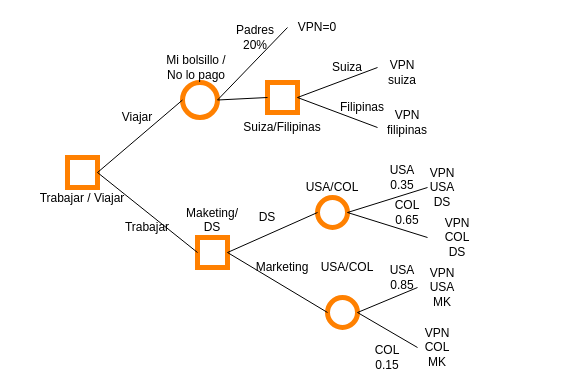
jamendez859/Computer-and-Systems-Engineering keeps this draw.io diagram as Untitled Diagram.drawio. Above is the earlier version. Source tidied: cells renumbered, new cells numbered last; positions are measured from the earlier drawing's top-left corner, leaving out a move shared by most shapes. Both pictures are drawn from the tidied source at 100%, with x=0, y=0 at pixel (17, 17).
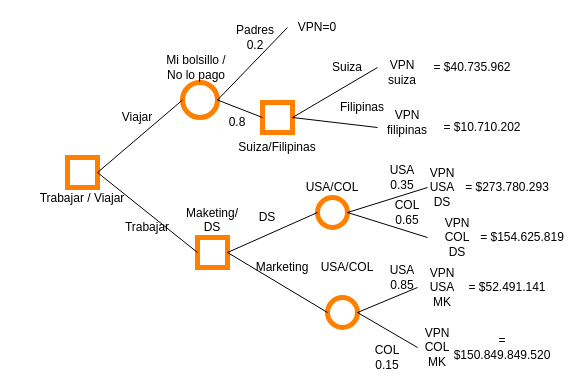
The same page after the edit.

What changed in the source:
```diff
@@
     <mxCell id="5" style="whiteSpace=wrap;html=1;strokeColor=#FF8000;strokeWidth=5;" parent="1" vertex="1">
-      <mxGeometry x="250" y="65" width="30" height="30" as="geometry" />
+      <mxGeometry x="245" y="85" width="30" height="30" as="geometry" />
     </mxCell>
@@
-    <mxCell id="21" value="Padres 20%" style="text;html=1;strokeColor=none;fillColor=none;align=center;verticalAlign=middle;whiteSpace=wrap;rounded=0;" parent="1" vertex="1">
+    <mxCell id="21" value="Padres 0.2" style="text;html=1;strokeColor=none;fillColor=none;align=center;verticalAlign=middle;whiteSpace=wrap;rounded=0;" parent="1" vertex="1">
       <mxGeometry x="217.5" y="10" width="40" height="20" as="geometry" />
     </mxCell>
@@
     <mxCell id="23" value="Suiza/Filipinas" style="text;html=1;strokeColor=none;fillColor=none;align=center;verticalAlign=middle;whiteSpace=wrap;rounded=0;" parent="1" vertex="1">
-      <mxGeometry x="245" y="100" width="40" height="20" as="geometry" />
+      <mxGeometry x="240" y="120" width="40" height="20" as="geometry" />
     </mxCell>
@@
+    <mxCell id="44" value="0.8 " style="text;html=1;strokeColor=none;fillColor=none;align=center;verticalAlign=middle;whiteSpace=wrap;rounded=0;" parent="1" vertex="1">
+      <mxGeometry x="200" y="95" width="40" height="20" as="geometry" />
+    </mxCell>
+    <mxCell id="45" value="= $40.735.962" style="text;html=1;strokeColor=none;fillColor=none;align=center;verticalAlign=middle;whiteSpace=wrap;rounded=0;" parent="1" vertex="1">
+      <mxGeometry x="410" y="40" width="90" height="20" as="geometry" />
+    </mxCell>
+    <mxCell id="46" value="= $10.710.202" style="text;html=1;strokeColor=none;fillColor=none;align=center;verticalAlign=middle;whiteSpace=wrap;rounded=0;" parent="1" vertex="1">
+      <mxGeometry x="420" y="100" width="90" height="20" as="geometry" />
+    </mxCell>
+    <mxCell id="47" value="= $273.780.293" style="text;html=1;strokeColor=none;fillColor=none;align=center;verticalAlign=middle;whiteSpace=wrap;rounded=0;" parent="1" vertex="1">
+      <mxGeometry x="445" y="160" width="90" height="20" as="geometry" />
+    </mxCell>
+    <mxCell id="48" value="= $154.625.819" style="text;html=1;strokeColor=none;fillColor=none;align=center;verticalAlign=middle;whiteSpace=wrap;rounded=0;" parent="1" vertex="1">
+      <mxGeometry x="460" y="210" width="90" height="20" as="geometry" />
+    </mxCell>
+    <mxCell id="49" value="= $52.491.141" style="text;html=1;strokeColor=none;fillColor=none;align=center;verticalAlign=middle;whiteSpace=wrap;rounded=0;" parent="1" vertex="1">
+      <mxGeometry x="445" y="260" width="90" height="20" as="geometry" />
+    </mxCell>
+    <mxCell id="50" value="= $150.849.849.520" style="text;html=1;strokeColor=none;fillColor=none;align=center;verticalAlign=middle;whiteSpace=wrap;rounded=0;" parent="1" vertex="1">
+      <mxGeometry x="440" y="320" width="90" height="20" as="geometry" />
+    </mxCell>
```
